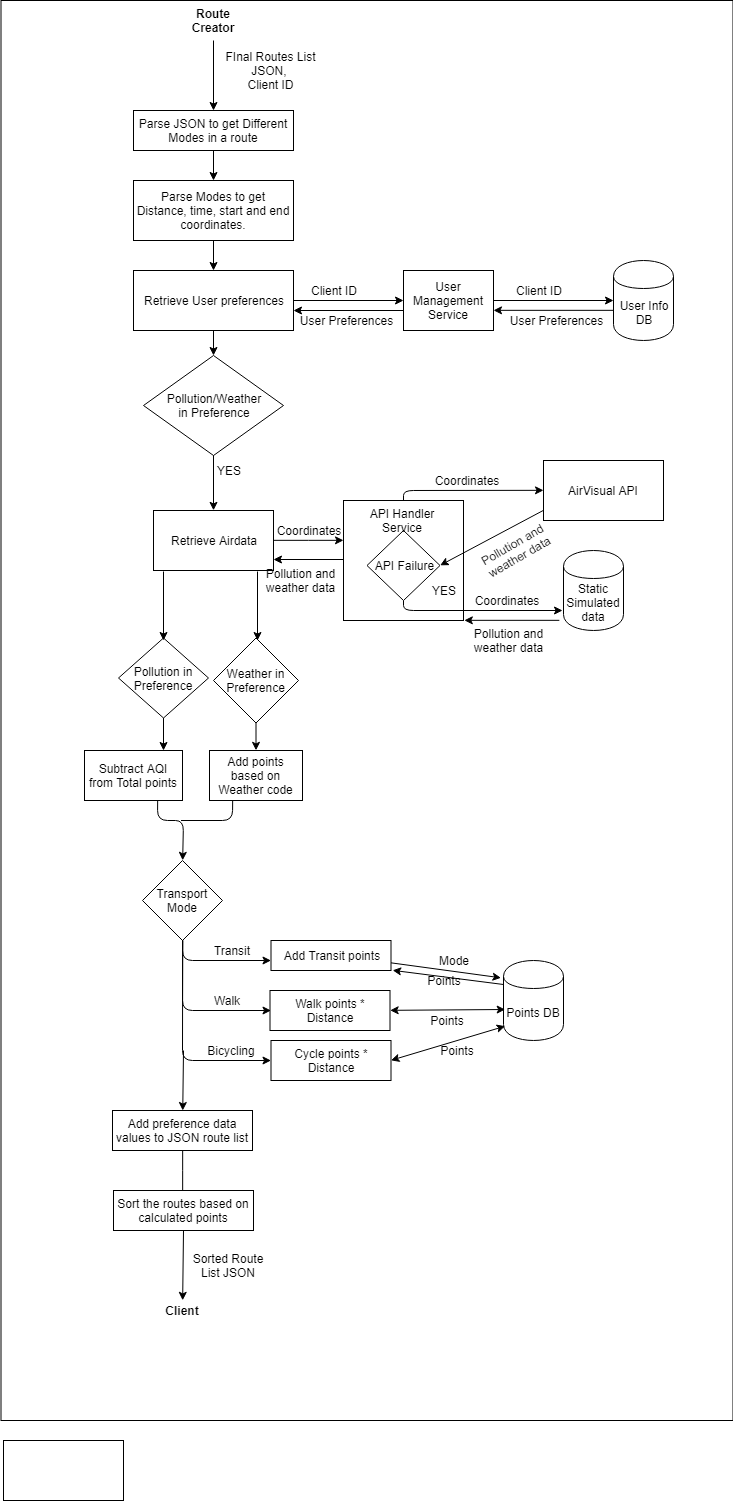
Above: DrawIO/FlowDiagrams/RouteSorter.png in SuprithRamesh/AdvancedSoftwareEngineering (draw.io), before the change. Source tidied: cells renumbered, new cells last; positions are measured from the earlier drawing's top-left corner, leaving out a move shared by most shapes.
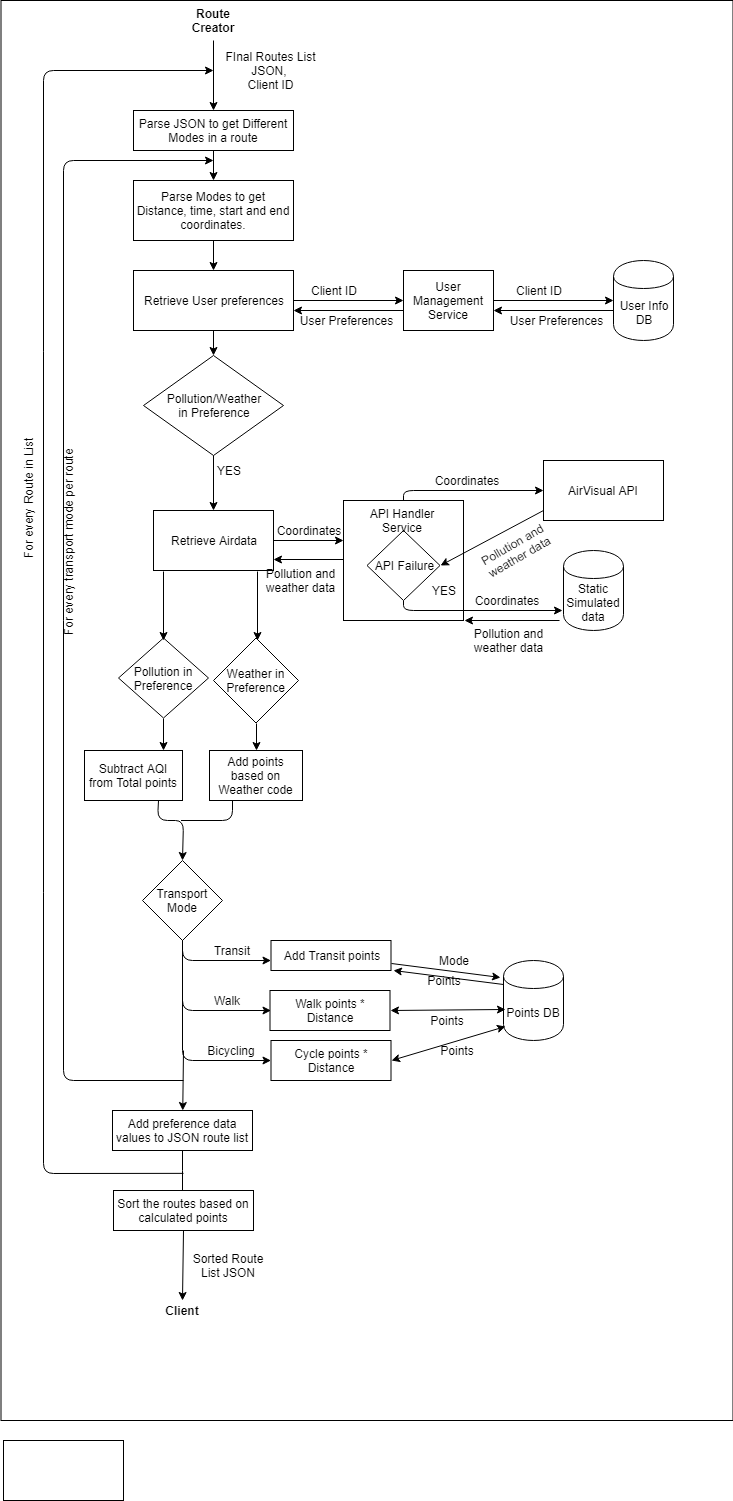
Later version of the same file.

What changed in the source:
```diff
@@ -312,5 +312,31 @@
     <mxCell id="80" value="Route Creator" style="text;html=1;strokeColor=none;fillColor=none;align=center;verticalAlign=middle;whiteSpace=wrap;rounded=0;fontStyle=1;" parent="1" vertex="1">
       <mxGeometry x="192" y="10" width="40" height="20" as="geometry" />
     </mxCell>
+    <mxCell id="81" style="endArrow=classic;html=1;" parent="1" edge="1">
+      <mxGeometry relative="1" as="geometry">
+        <mxPoint x="182" y="1172.9" as="sourcePoint" />
+        <mxPoint x="212" y="70" as="targetPoint" />
+        <Array as="points">
+          <mxPoint x="42" y="1173" />
+          <mxPoint x="42" y="70" />
+        </Array>
+      </mxGeometry>
+    </mxCell>
+    <mxCell id="82" value="For every Route in List" style="text;html=1;strokeColor=none;fillColor=none;align=center;verticalAlign=middle;whiteSpace=wrap;rounded=0;rotation=-90;" parent="1" vertex="1">
+      <mxGeometry x="-38" y="489" width="130" height="20" as="geometry" />
+    </mxCell>
+    <mxCell id="83" style="endArrow=classic;html=1;" parent="1" edge="1">
+      <mxGeometry relative="1" as="geometry">
+        <mxPoint x="182" y="1080" as="sourcePoint" />
+        <mxPoint x="212" y="160" as="targetPoint" />
+        <Array as="points">
+          <mxPoint x="62" y="1080" />
+          <mxPoint x="62" y="160" />
+        </Array>
+      </mxGeometry>
+    </mxCell>
+    <mxCell id="84" value="For every transport mode per route&amp;nbsp;" style="text;html=1;strokeColor=none;fillColor=none;align=center;verticalAlign=middle;whiteSpace=wrap;rounded=0;rotation=-90;" parent="1" vertex="1">
+      <mxGeometry x="-38" y="530" width="210" height="20" as="geometry" />
+    </mxCell>
   </root>
 </mxGraphModel>
```
